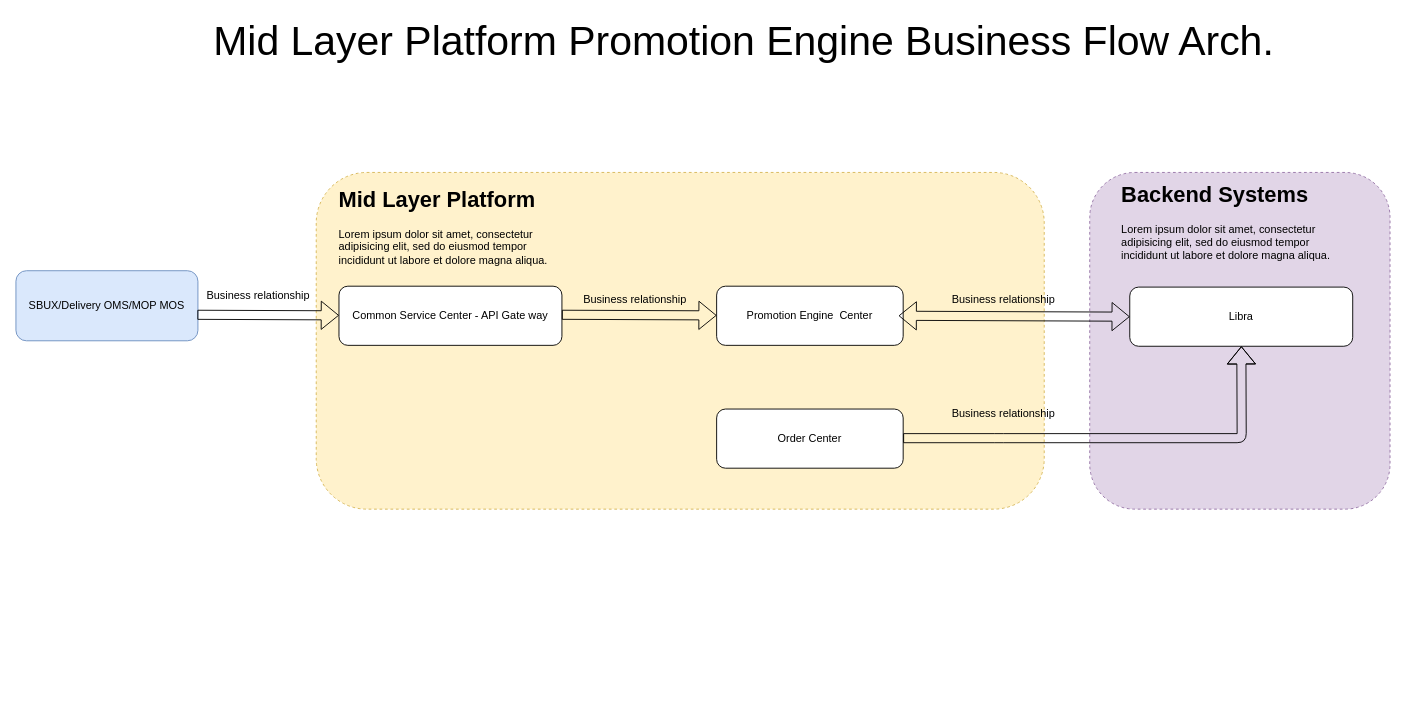
Before: Untitled Diagram.drawio in sotheair/designs, a draw.io diagram. Source tidied: cells renumbered, new cells numbered last; positions are measured from the earlier drawing's top-left corner, leaving out a move shared by most shapes. Both pictures are drawn from the tidied source at 91%, with x=0, y=0 at pixel (15, 17).
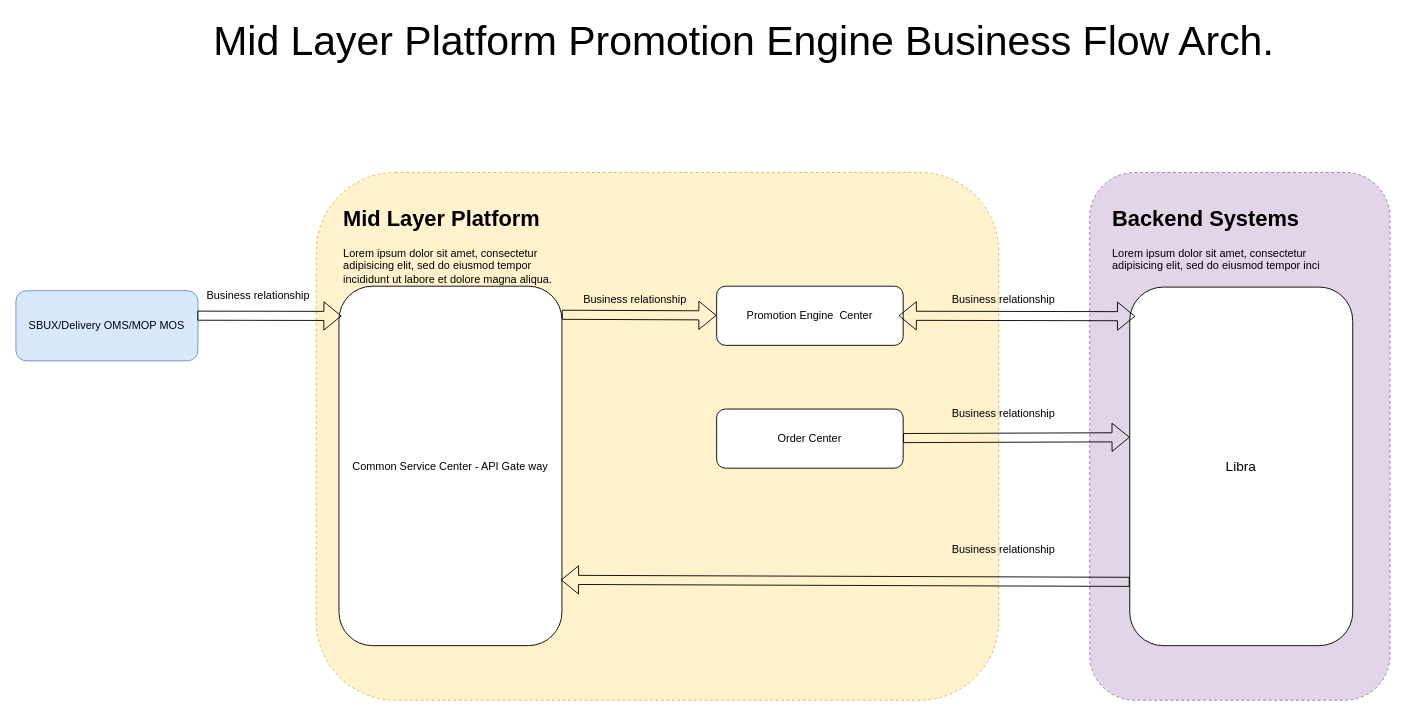
Above is the later version.

What changed in the source:
```diff
@@
     <mxCell id="2" value="SBUX/Delivery OMS/MOP MOS" style="rounded=1;whiteSpace=wrap;html=1;fillColor=#dae8fc;strokeColor=#6c8ebf;" parent="1" vertex="1">
-      <mxGeometry y="278" width="200" height="77" as="geometry" />
+      <mxGeometry y="300" width="200" height="77" as="geometry" />
     </mxCell>
     <mxCell id="3" style="rounded=1;whiteSpace=wrap;html=1;dashed=1;fillColor=#fff2cc;strokeColor=#d6b656;" parent="1" vertex="1">
-      <mxGeometry x="330" y="170" width="800" height="370" as="geometry" />
+      <mxGeometry x="330" y="170" width="750" height="580" as="geometry" />
     </mxCell>
     <mxCell id="4" value="&lt;h1&gt;Mid Layer Platform&lt;/h1&gt;&lt;p&gt;Lorem ipsum dolor sit amet, consectetur adipisicing elit, sed do eiusmod tempor incididunt ut labore et dolore magna aliqua.&lt;/p&gt;" style="text;html=1;strokeColor=none;fillColor=none;spacing=5;spacingTop=-20;whiteSpace=wrap;overflow=hidden;rounded=0;dashed=1;" parent="1" vertex="1">
-      <mxGeometry x="350" y="180" width="250" height="120" as="geometry" />
+      <mxGeometry x="355" y="201" width="250" height="120" as="geometry" />
     </mxCell>
     <mxCell id="5" value="Common Service Center - API Gate way" style="rounded=1;whiteSpace=wrap;html=1;" parent="1" vertex="1">
-      <mxGeometry x="355" y="295" width="245" height="65" as="geometry" />
+      <mxGeometry x="355" y="295" width="245" height="395" as="geometry" />
     </mxCell>
@@
     <mxCell id="8" style="rounded=1;whiteSpace=wrap;html=1;dashed=1;fillColor=#e1d5e7;strokeColor=#9673a6;" parent="1" vertex="1">
-      <mxGeometry x="1180" y="170" width="330" height="370" as="geometry" />
+      <mxGeometry x="1180" y="170" width="330" height="580" as="geometry" />
     </mxCell>
-    <mxCell id="9" value="&lt;h1&gt;Backend Systems&lt;/h1&gt;&lt;p&gt;Lorem ipsum dolor sit amet, consectetur adipisicing elit, sed do eiusmod tempor incididunt ut labore et dolore magna aliqua.&lt;/p&gt;" style="text;html=1;strokeColor=none;fillColor=none;spacing=5;spacingTop=-20;whiteSpace=wrap;overflow=hidden;rounded=0;dashed=1;" parent="1" vertex="1">
-      <mxGeometry x="1210" y="175" width="250" height="120" as="geometry" />
+    <mxCell id="9" value="&lt;h1&gt;Backend Systems&lt;/h1&gt;&lt;p&gt;Lorem ipsum dolor sit amet, consectetur adipisicing elit, sed do eiusmod tempor inci&lt;/p&gt;" style="text;html=1;strokeColor=none;fillColor=none;spacing=5;spacingTop=-20;whiteSpace=wrap;overflow=hidden;rounded=0;dashed=1;" parent="1" vertex="1">
+      <mxGeometry x="1200" y="201" width="250" height="120" as="geometry" />
     </mxCell>
-    <mxCell id="10" value="Libra" style="rounded=1;whiteSpace=wrap;html=1;" parent="1" vertex="1">
-      <mxGeometry x="1224" y="296" width="245" height="65" as="geometry" />
+    <mxCell id="10" value="&lt;font style=&quot;font-size: 15px&quot;&gt;Libra&lt;/font&gt;" style="rounded=1;whiteSpace=wrap;html=1;" parent="1" vertex="1">
+      <mxGeometry x="1224" y="296" width="245" height="394" as="geometry" />
     </mxCell>
@@
-    <mxCell id="12" style="shape=flexArrow;endArrow=classic;html=1;fontSize=45;exitX=0.997;exitY=0.629;exitDx=0;exitDy=0;exitPerimeter=0;" parent="1" edge="1" source="2" target="5">
-      <mxGeometry relative="1" as="geometry" />
+    <mxCell id="12" style="shape=flexArrow;endArrow=classic;html=1;fontSize=45;exitX=0.997;exitY=0.629;exitDx=0;exitDy=0;exitPerimeter=0;entryX=0.012;entryY=0.136;entryDx=0;entryDy=0;entryPerimeter=0;" parent="1" edge="1">
+      <mxGeometry relative="1" as="geometry">
+        <mxPoint x="199.4" y="327.4" as="sourcePoint" />
+        <mxPoint x="357.9" y="327.7" as="targetPoint" />
+      </mxGeometry>
     </mxCell>
@@
-    <mxCell id="14" style="shape=flexArrow;endArrow=classic;startArrow=classic;html=1;fontSize=45;entryX=0;entryY=0.5;entryDx=0;entryDy=0;" parent="1" edge="1" target="10">
+    <mxCell id="14" style="shape=flexArrow;endArrow=classic;startArrow=classic;html=1;fontSize=45;" parent="1" edge="1">
       <mxGeometry relative="1" as="geometry">
         <mxPoint x="970" y="327.5" as="sourcePoint" />
+        <mxPoint x="1230" y="328" as="targetPoint" />
       </mxGeometry>
     </mxCell>
@@
-    <mxCell id="18" style="shape=flexArrow;endArrow=classic;html=1;" parent="1" edge="1" target="10">
-      <mxGeometry relative="1" as="geometry">
-        <mxPoint x="975" y="462" as="sourcePoint" />
-        <Array as="points">
-          <mxPoint x="1075" y="462" />
-          <mxPoint x="1085" y="462" />
-          <mxPoint x="1347" y="462" />
-        </Array>
-      </mxGeometry>
-    </mxCell>
@@
+    <mxCell id="20" style="shape=flexArrow;endArrow=classic;html=1;fontSize=45;exitX=0.997;exitY=0.629;exitDx=0;exitDy=0;exitPerimeter=0;" parent="1" edge="1">
+      <mxGeometry relative="1" as="geometry">
+        <mxPoint x="974.9" y="461.9" as="sourcePoint" />
+        <mxPoint x="1224" y="461" as="targetPoint" />
+      </mxGeometry>
+    </mxCell>
+    <mxCell id="21" style="shape=flexArrow;endArrow=classic;html=1;fontSize=45;exitX=0.997;exitY=0.629;exitDx=0;exitDy=0;exitPerimeter=0;entryX=0.995;entryY=0.817;entryDx=0;entryDy=0;entryPerimeter=0;" parent="1" edge="1" target="5">
+      <mxGeometry relative="1" as="geometry">
+        <mxPoint x="1223.9" y="619.9" as="sourcePoint" />
+      </mxGeometry>
+    </mxCell>
+    <mxCell id="22" value="Business relationship" style="text;strokeColor=none;fillColor=none;html=1;fontSize=12;fontStyle=0;verticalAlign=middle;align=center;" parent="1" vertex="1">
+      <mxGeometry x="1020" y="570" width="130" height="30" as="geometry" />
+    </mxCell>
```
